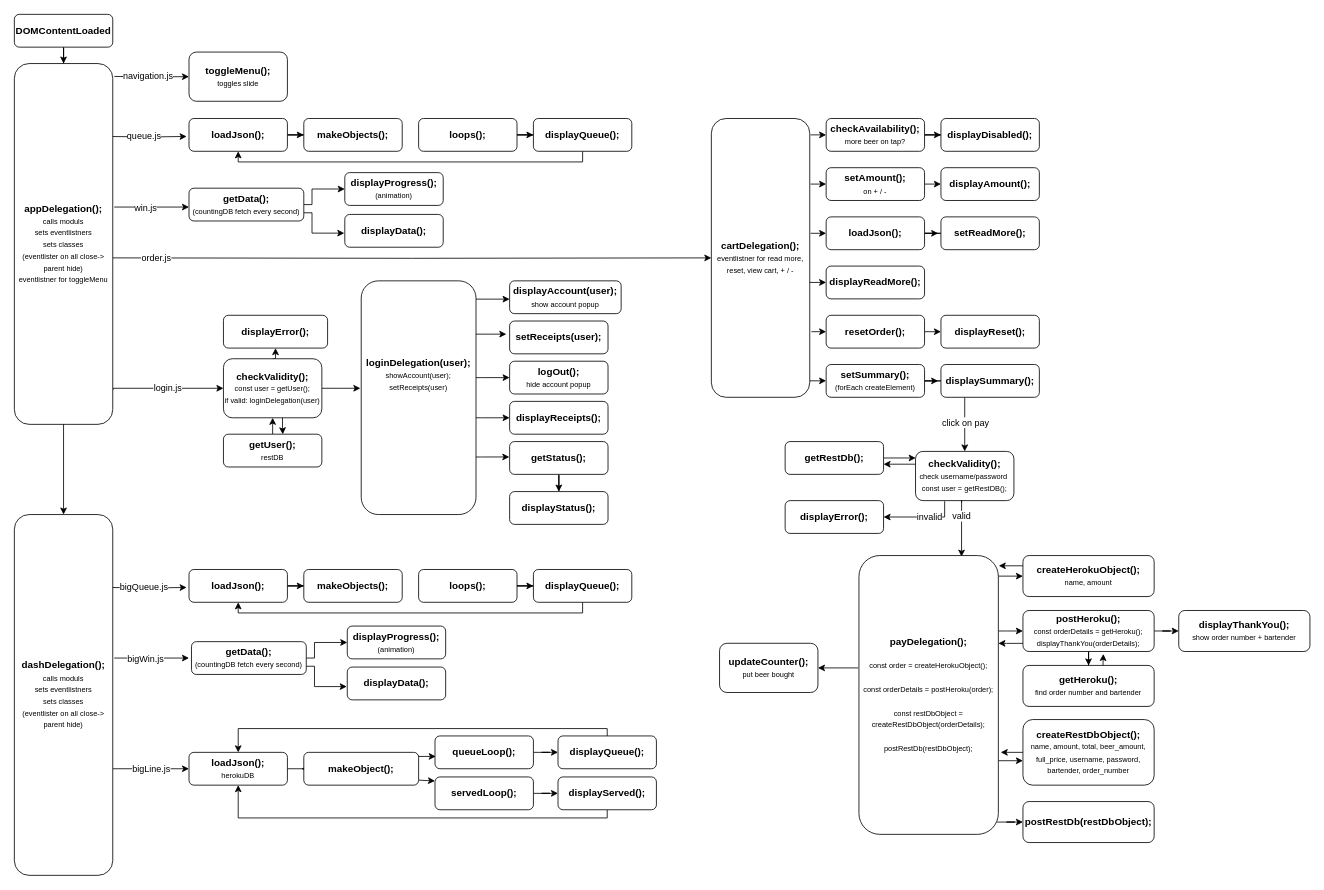
lisa3074/foobar_app keeps this draw.io diagram as call_graph.drawio. Above is the earlier version. Source tidied: cells renumbered, new cells numbered last; positions are measured from the earlier drawing's top-left corner, leaving out a move shared by most shapes. Both pictures are drawn from the tidied source at 82%, with x=0, y=0 at pixel (14, 14).
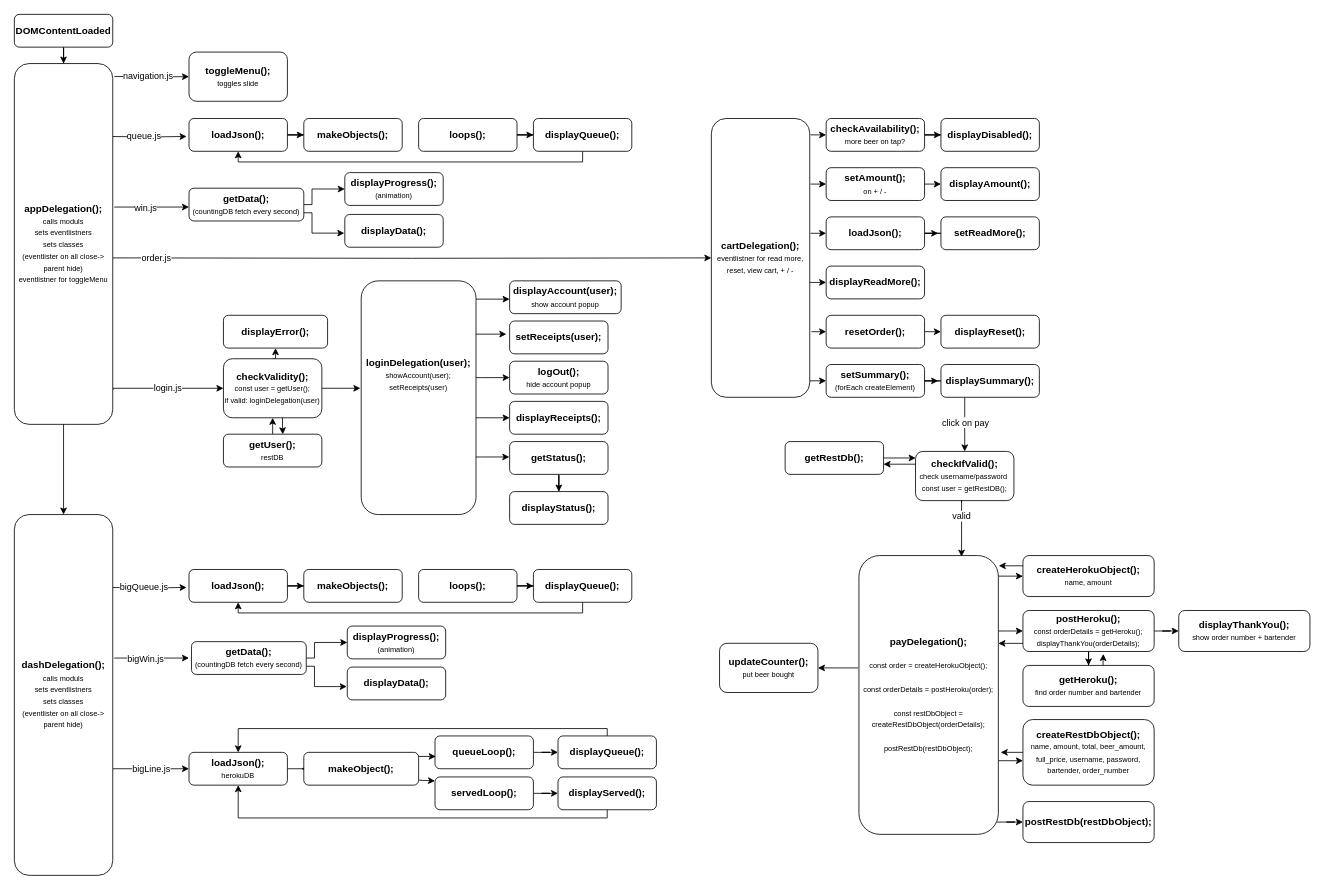
Above is the later version.

What changed in the source:
```diff
@@
-    <mxCell id="55" style="edgeStyle=orthogonalEdgeStyle;rounded=0;jettySize=auto;html=1;entryX=1;entryY=0.5;entryDx=0;entryDy=0;exitX=0.296;exitY=1.012;exitDx=0;exitDy=0;exitPerimeter=0;" parent="1" edge="1" source="59" target="66">
-      <mxGeometry relative="1" as="geometry">
-        <Array as="points">
-          <mxPoint x="1135" y="613" />
-        </Array>
-      </mxGeometry>
-    </mxCell>
-    <mxCell id="56" value="invalid" style="edgeLabel;html=1;align=center;verticalAlign=middle;" parent="55" vertex="1">
-      <mxGeometry x="-0.19" y="-1" relative="1" as="geometry" />
-    </mxCell>
@@
-    <mxCell id="59" value="&lt;b&gt;checkValidity();&lt;br&gt;&lt;/b&gt;&lt;font style=&quot;font-size: 9px&quot;&gt;check username/password&amp;nbsp;&lt;br&gt;const user = getRestDB();&lt;br&gt;&lt;/font&gt;" style="rounded=1;whiteSpace=wrap;html=1;" parent="1" vertex="1">
+    <mxCell id="59" value="&lt;b&gt;checkIfValid();&lt;br&gt;&lt;/b&gt;&lt;font style=&quot;font-size: 9px&quot;&gt;check username/password&amp;nbsp;&lt;br&gt;const user = getRestDB();&lt;br&gt;&lt;/font&gt;" style="rounded=1;whiteSpace=wrap;html=1;" parent="1" vertex="1">
       <mxGeometry x="1099" y="533" width="120" height="60" as="geometry" />
     </mxCell>
@@
-    <mxCell id="66" value="&lt;b&gt;displayError();&lt;/b&gt;&lt;font style=&quot;font-size: 9px&quot;&gt;&lt;br&gt;&lt;/font&gt;" style="rounded=1;whiteSpace=wrap;html=1;" parent="1" vertex="1">
-      <mxGeometry x="940" y="593" width="120" height="40" as="geometry" />
-    </mxCell>
```
